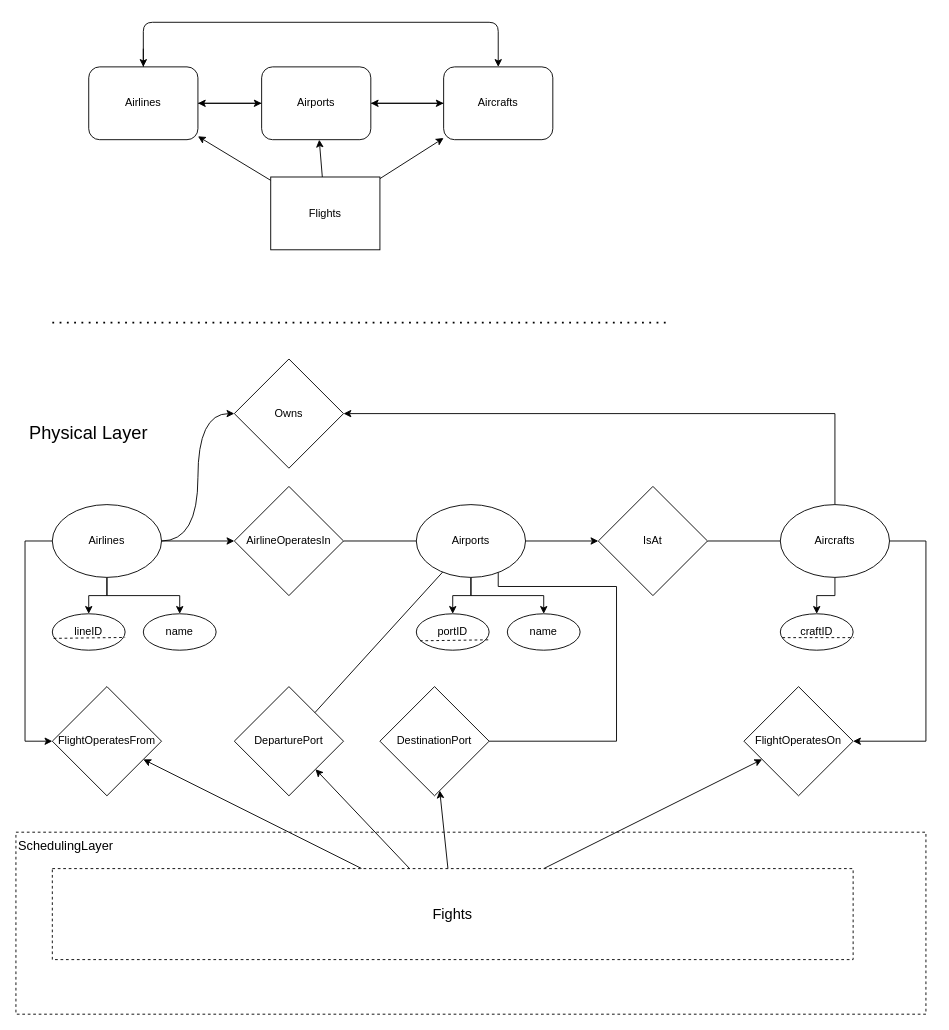
Before: page "PhysicalLayer" (3 of 7) of ERDiagram.drawio in kyle4036/DatabaseManagement2026Project1, a draw.io diagram. Source tidied: cells renumbered, new cells numbered last; positions are measured from the earlier drawing's top-left corner, leaving out a move shared by most shapes. Both pictures are drawn from the tidied source at 91%, with x=0, y=0 at pixel (15, 22).
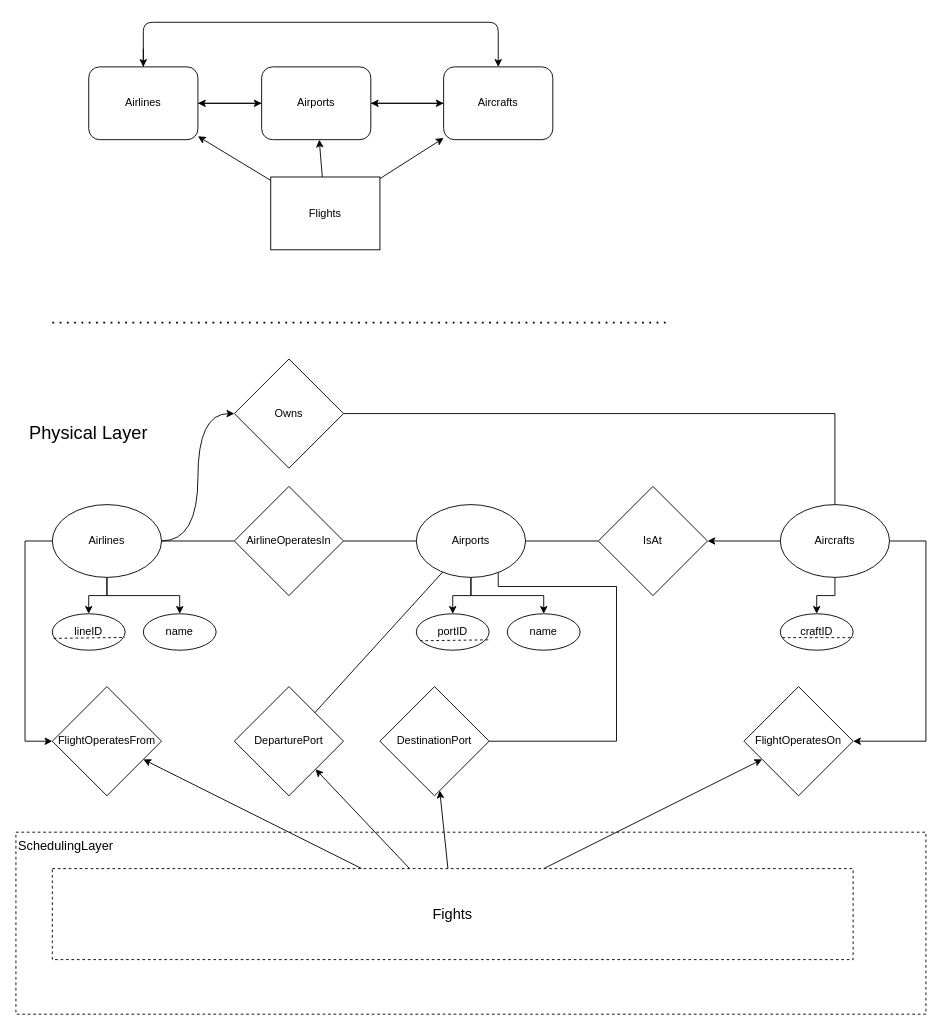
The same page after the edit.

Unchanged cells that the change refers to:
```xml
<mxCell id="17" value="Airlines" style="ellipse;whiteSpace=wrap;html=1;" parent="1" vertex="1">
  <mxGeometry x="40" y="530" width="120" height="80" as="geometry" />
</mxCell>
<mxCell id="21" value="Airports" style="ellipse;whiteSpace=wrap;html=1;" parent="1" vertex="1">
  <mxGeometry x="440" y="530" width="120" height="80" as="geometry" />
</mxCell>
<mxCell id="26" value="Aircrafts" style="ellipse;whiteSpace=wrap;html=1;" parent="1" vertex="1">
  <mxGeometry x="840" y="530" width="120" height="80" as="geometry" />
</mxCell>
<mxCell id="31" value="AirlineOperatesIn" style="rhombus;whiteSpace=wrap;html=1;" parent="1" vertex="1">
  <mxGeometry x="240" y="510" width="120" height="120" as="geometry" />
</mxCell>
<mxCell id="32" value="Owns" style="rhombus;whiteSpace=wrap;html=1;" parent="1" vertex="1">
  <mxGeometry x="240" y="370" width="120" height="120" as="geometry" />
</mxCell>
<mxCell id="33" value="IsAt" style="rhombus;whiteSpace=wrap;html=1;" parent="1" vertex="1">
  <mxGeometry x="640" y="510" width="120" height="120" as="geometry" />
</mxCell>
```

Diff of the diagram source:
```diff
@@
-    <mxCell id="14" style="edgeStyle=orthogonalEdgeStyle;rounded=0;jettySize=auto;html=1;" parent="1" edge="1" source="17" target="31">
+    <mxCell id="14" style="edgeStyle=orthogonalEdgeStyle;rounded=0;jettySize=auto;html=1;endArrow=none;endFill=0;" parent="1" edge="1" source="17" target="31">
       <mxGeometry relative="1" as="geometry" />
     </mxCell>
@@
-    <mxCell id="20" style="edgeStyle=orthogonalEdgeStyle;rounded=0;jettySize=auto;html=1;" parent="1" edge="1" source="21" target="33">
+    <mxCell id="20" style="edgeStyle=orthogonalEdgeStyle;rounded=0;jettySize=auto;html=1;endArrow=none;endFill=0;" parent="1" edge="1" source="21" target="33">
       <mxGeometry relative="1" as="geometry" />
     </mxCell>
@@
-    <mxCell id="23" style="edgeStyle=orthogonalEdgeStyle;rounded=0;jettySize=auto;html=1;endArrow=none;endFill=0;" parent="1" edge="1" source="26" target="33">
-      <mxGeometry relative="1" as="geometry" />
-    </mxCell>
@@
-    <mxCell id="25" style="edgeStyle=orthogonalEdgeStyle;rounded=0;jettySize=auto;html=1;entryX=1;entryY=0.5;entryDx=0;entryDy=0;" parent="1" edge="1" source="26" target="32">
+    <mxCell id="25" style="edgeStyle=orthogonalEdgeStyle;rounded=0;jettySize=auto;html=1;entryX=1;entryY=0.5;entryDx=0;entryDy=0;endArrow=none;endFill=0;" parent="1" edge="1" source="26" target="32">
       <mxGeometry relative="1" as="geometry">
         <Array as="points">
           <mxPoint x="900" y="430" />
         </Array>
       </mxGeometry>
     </mxCell>
+    <mxCell id="23" style="edgeStyle=orthogonalEdgeStyle;rounded=0;jettySize=auto;html=1;" parent="1" edge="1" source="26" target="33">
+      <mxGeometry relative="1" as="geometry" />
+    </mxCell>
```
